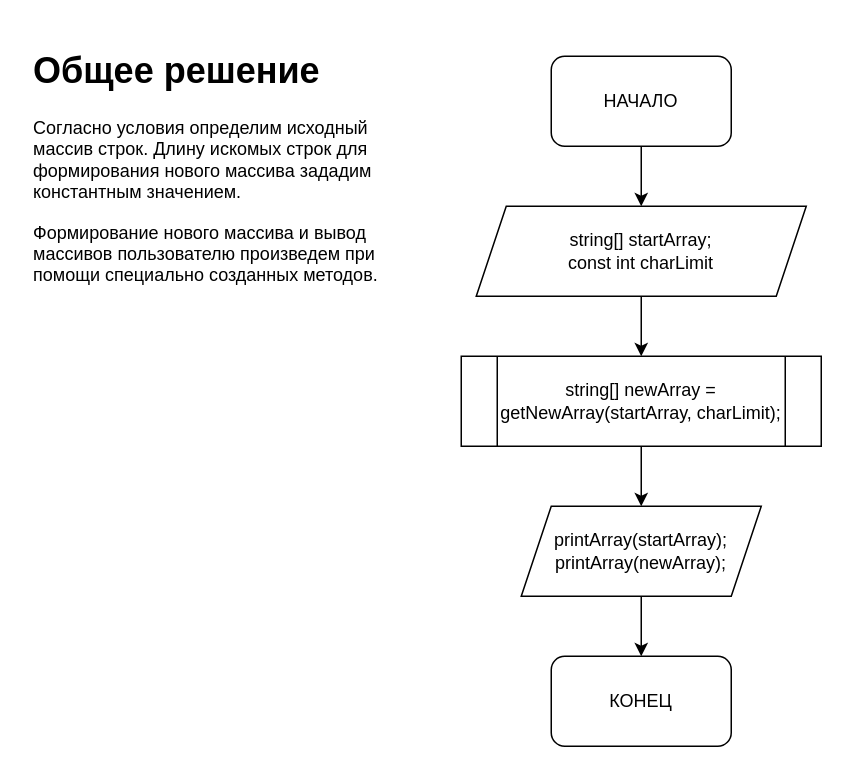
The draw.io diagram Main.drawio in jokerjam-s/GB_ControlWork_001, before the edit. Source tidied: cells renumbered, new cells numbered last; positions are measured from the earlier drawing's top-left corner, leaving out a move shared by most shapes. Both pictures are drawn from the tidied source at 150%, with x=0, y=0 at pixel (26, 40).
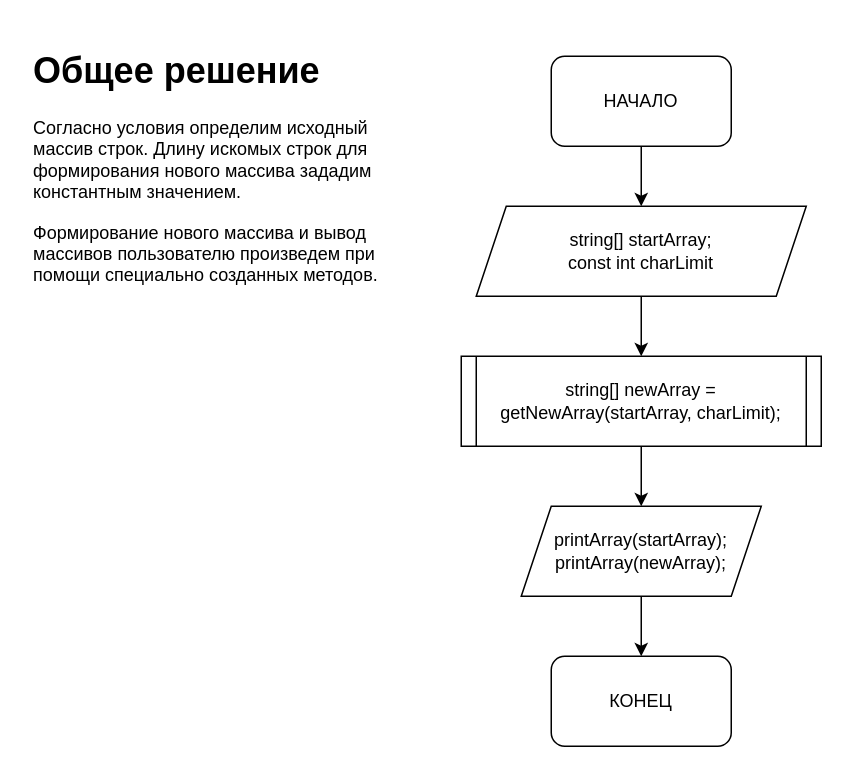
The same page after the edit.

The edit, as a diff of the source:
```diff
@@
 <mxGraphModel>
   <root>
     <mxCell id="0" />
     <mxCell id="1" parent="0" />
     <mxCell id="2" style="edgeStyle=orthogonalEdgeStyle;rounded=0;jettySize=auto;html=1;exitX=0.5;exitY=1;exitDx=0;exitDy=0;entryX=0.5;entryY=0;entryDx=0;entryDy=0;" parent="1" edge="1" source="3" target="5">
       <mxGeometry relative="1" as="geometry" />
     </mxCell>
     <mxCell id="3" value="НАЧАЛО" style="rounded=1;whiteSpace=wrap;html=1;" parent="1" vertex="1">
       <mxGeometry x="350" y="10" width="120" height="60" as="geometry" />
     </mxCell>
     <mxCell id="4" style="edgeStyle=orthogonalEdgeStyle;rounded=0;jettySize=auto;html=1;exitX=0.5;exitY=1;exitDx=0;exitDy=0;entryX=0.5;entryY=0;entryDx=0;entryDy=0;" parent="1" edge="1" source="5" target="7">
       <mxGeometry relative="1" as="geometry" />
     </mxCell>
     <mxCell id="5" value="string[] startArray;&lt;br&gt;const int charLimit" style="shape=parallelogram;perimeter=parallelogramPerimeter;whiteSpace=wrap;html=1;fixedSize=1;" parent="1" vertex="1">
       <mxGeometry x="300" y="110" width="220" height="60" as="geometry" />
     </mxCell>
     <mxCell id="6" style="edgeStyle=orthogonalEdgeStyle;rounded=0;jettySize=auto;html=1;entryX=0.5;entryY=0;entryDx=0;entryDy=0;" parent="1" edge="1" source="7" target="10">
       <mxGeometry relative="1" as="geometry" />
     </mxCell>
-    <mxCell id="7" value="string[] newArray = getNewArray(startArray, charLimit);" style="shape=process;whiteSpace=wrap;html=1;backgroundOutline=1;" parent="1" vertex="1">
+    <mxCell id="7" value="string[] newArray = getNewArray(startArray, charLimit);" style="shape=process;whiteSpace=wrap;html=1;backgroundOutline=1;size=0.041666666666666664;" parent="1" vertex="1">
       <mxGeometry x="290" y="210" width="240" height="60" as="geometry" />
     </mxCell>
     <mxCell id="8" value="КОНЕЦ" style="rounded=1;whiteSpace=wrap;html=1;" parent="1" vertex="1">
       <mxGeometry x="350" y="410" width="120" height="60" as="geometry" />
     </mxCell>
     <mxCell id="9" style="edgeStyle=orthogonalEdgeStyle;rounded=0;jettySize=auto;html=1;exitX=0.5;exitY=1;exitDx=0;exitDy=0;entryX=0.5;entryY=0;entryDx=0;entryDy=0;" parent="1" edge="1" source="10" target="8">
       <mxGeometry relative="1" as="geometry" />
     </mxCell>
     <mxCell id="10" value="printArray(startArray);&lt;br&gt;printArray(newArray);" style="shape=parallelogram;perimeter=parallelogramPerimeter;whiteSpace=wrap;html=1;fixedSize=1;" parent="1" vertex="1">
       <mxGeometry x="330" y="310" width="160" height="60" as="geometry" />
     </mxCell>
     <mxCell id="11" value="&lt;h1&gt;Общее решение&lt;/h1&gt;&lt;p&gt;Согласно условия определим исходный массив строк. Длину искомых строк для формирования нового массива зададим константным значением.&lt;/p&gt;&lt;p&gt;&lt;span style=&quot;background-color: initial;&quot;&gt;Формирование нового массива и вывод&amp;nbsp; массивов пользователю произведем при помощи специально созданных методов.&lt;/span&gt;&lt;/p&gt;" style="text;html=1;strokeColor=none;fillColor=none;spacing=5;spacingTop=-20;whiteSpace=wrap;overflow=hidden;rounded=0;" parent="1" vertex="1">
       <mxGeometry width="260" height="210" as="geometry" />
     </mxCell>
   </root>
 </mxGraphModel>
```
